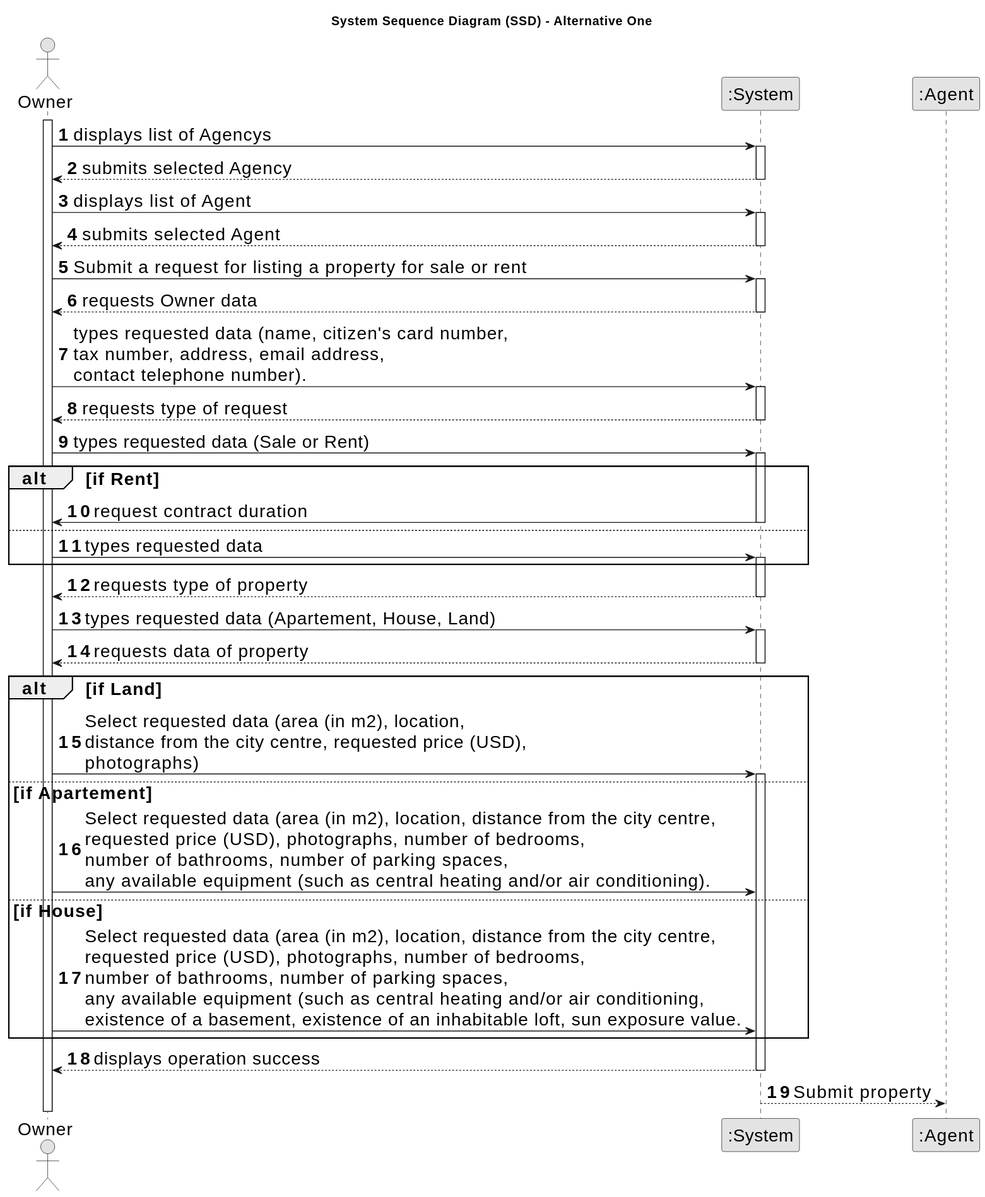
Goncalves2525/real-estate-management-system keeps this PlantUML diagram as docs/sprintA/us004/01.requirements-engineering/svg/us004-system-sequence-diagram-alternative-one.svg. Above is the earlier version.
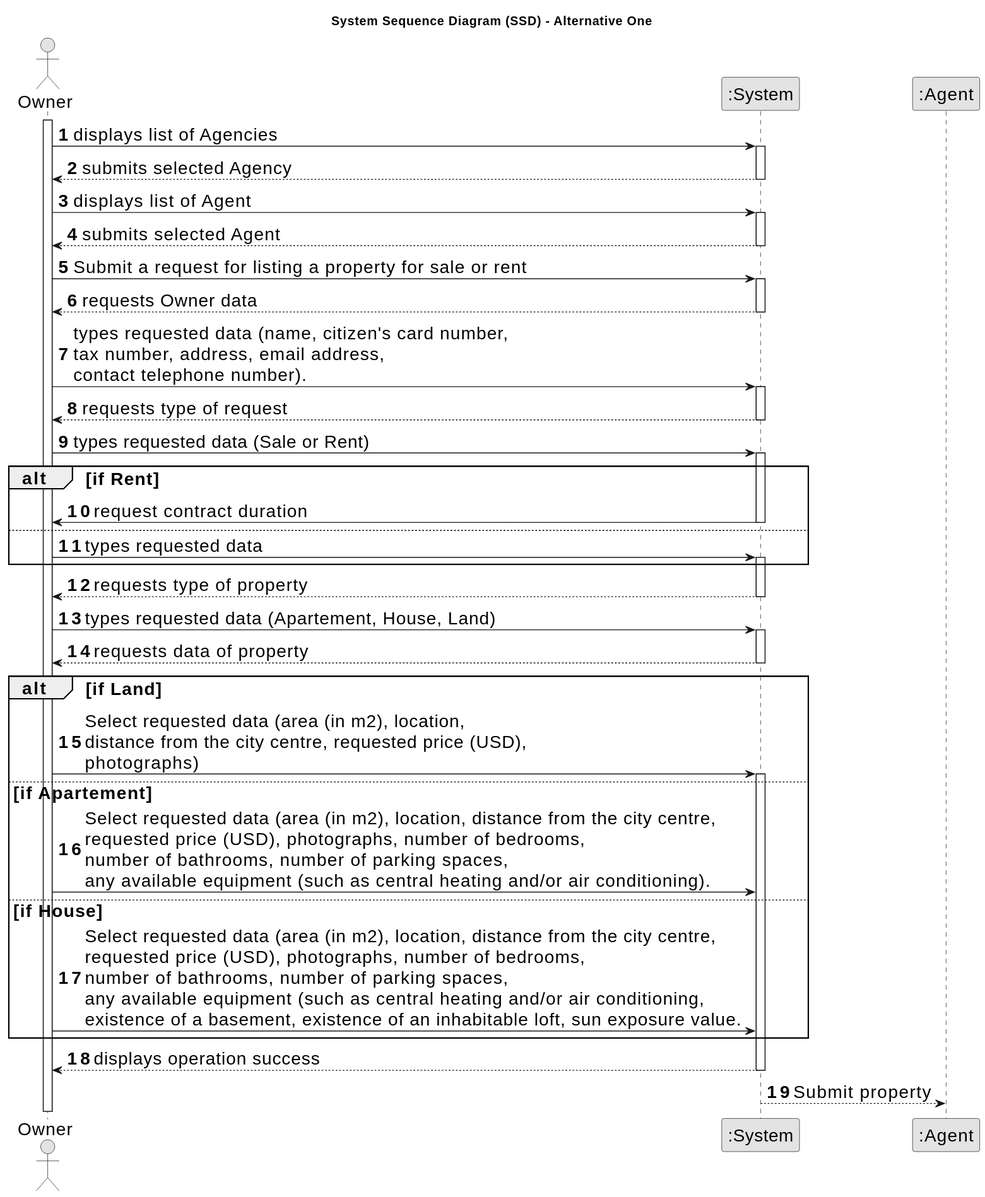
The same diagram one commit later.

Diff of the diagram source:
```diff
@@ -14,7 +14,7 @@
 
 activate Owner
 
-        Owner -> System : displays list of Agencys
+        Owner -> System : displays list of Agencies
     activate System
 
         System --> Owner :submits selected Agency
```
